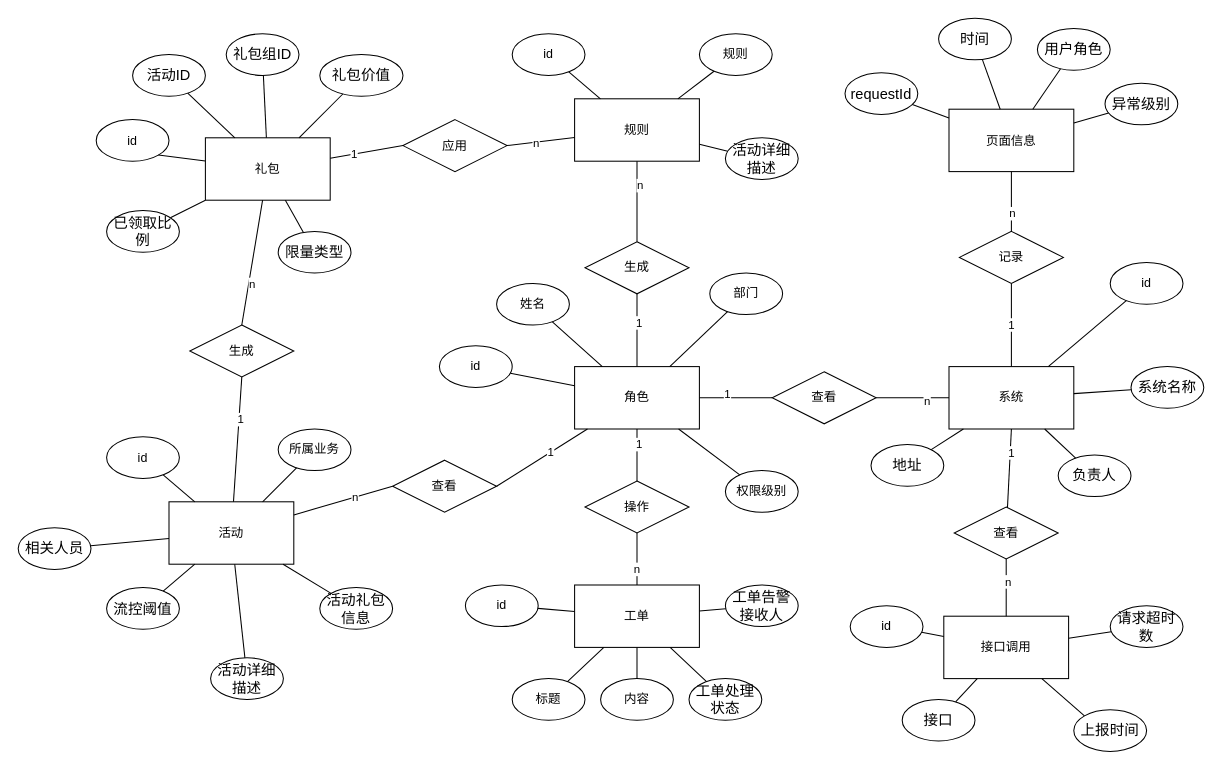
Before: 数据库E-R图.drawio in FelixTt/repositoryForDraw.io, a draw.io diagram. Source tidied: cells renumbered, new cells numbered last; positions are measured from the earlier drawing's top-left corner, leaving out a move shared by most shapes. Both pictures are drawn from the tidied source at 104%, with x=0, y=0 at pixel (18, 18).
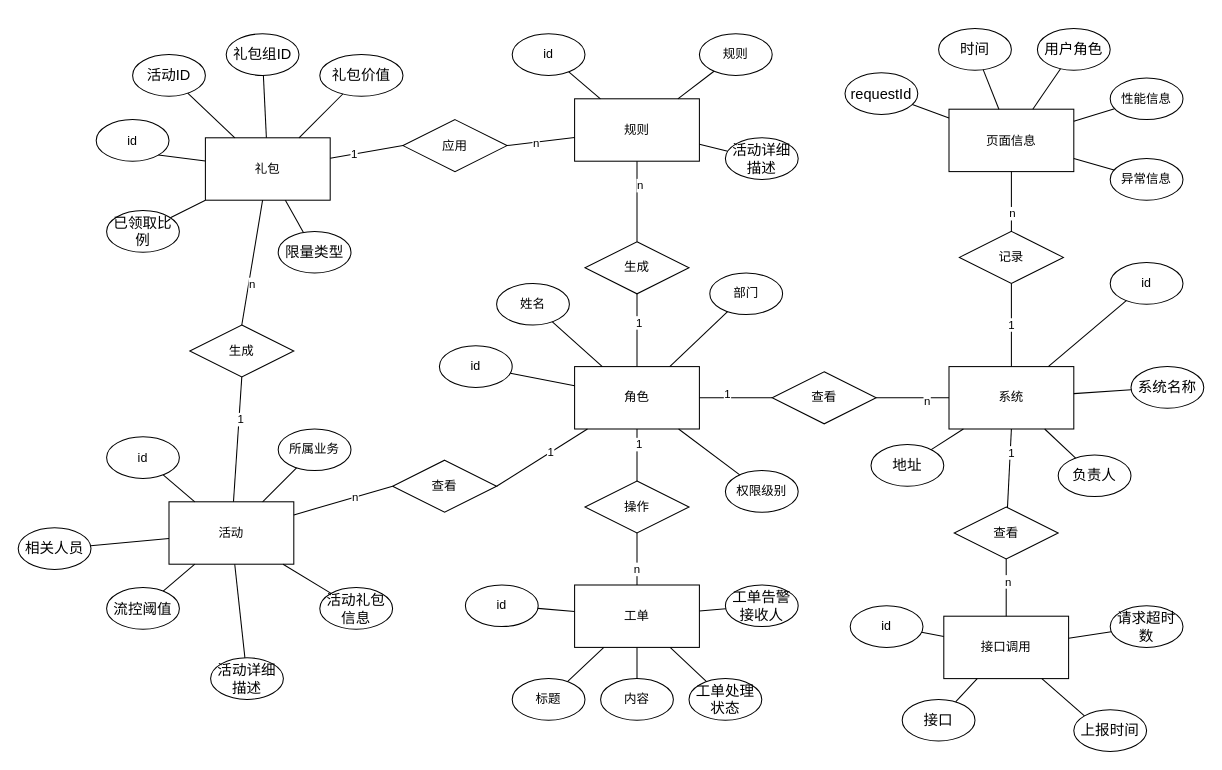
After the change.

Commit message (it also covers changes not shown here):
更新数据库E-R图.drawio

The change refers to these unchanged cells:
```xml
<mxCell id="6" value="页面信息" style="rounded=0;whiteSpace=wrap;html=1;" parent="1" vertex="1">
  <mxGeometry x="895" y="87.5" width="120" height="60" as="geometry" />
</mxCell>
```

What changed in the source:
```diff
@@
     <mxCell id="87" value="&lt;p class=&quot;MsoNormal&quot;&gt;&lt;span style=&quot;mso-spacerun:'yes';font-family:宋体;font-size:10.5000pt;&lt;br/&gt;mso-font-kerning:1.0000pt;&quot;&gt;时间&lt;/span&gt;&lt;/p&gt;" style="ellipse;whiteSpace=wrap;html=1;" parent="1" vertex="1">
-      <mxGeometry x="885" width="70" height="40" as="geometry" />
+      <mxGeometry x="885" y="10" width="70" height="40" as="geometry" />
     </mxCell>
@@
-    <mxCell id="89" value="&lt;p class=&quot;MsoNormal&quot;&gt;&lt;span style=&quot;mso-spacerun:'yes';font-family:宋体;font-size:10.5000pt;&lt;br/&gt;mso-font-kerning:1.0000pt;&quot;&gt;异常级别&lt;/span&gt;&lt;/p&gt;" style="ellipse;whiteSpace=wrap;html=1;" parent="1" vertex="1">
-      <mxGeometry x="1045" y="62.5" width="70" height="40" as="geometry" />
+    <mxCell id="89" value="&lt;p class=&quot;MsoNormal&quot;&gt;&lt;span&gt;异常信息&lt;/span&gt;&lt;/p&gt;" style="ellipse;whiteSpace=wrap;html=1;" parent="1" vertex="1">
+      <mxGeometry x="1050" y="135" width="70" height="40" as="geometry" />
     </mxCell>
@@
+    <mxCell id="121" value="&lt;p class=&quot;MsoNormal&quot;&gt;&lt;span&gt;性能信息&lt;/span&gt;&lt;/p&gt;" style="ellipse;whiteSpace=wrap;html=1;" parent="1" vertex="1">
+      <mxGeometry x="1050" y="57.5" width="70" height="40" as="geometry" />
+    </mxCell>
+    <mxCell id="122" style="endArrow=none;html=1;rounded=0;" parent="1" edge="1" source="6" target="121">
+      <mxGeometry relative="1" as="geometry" />
+    </mxCell>
```
